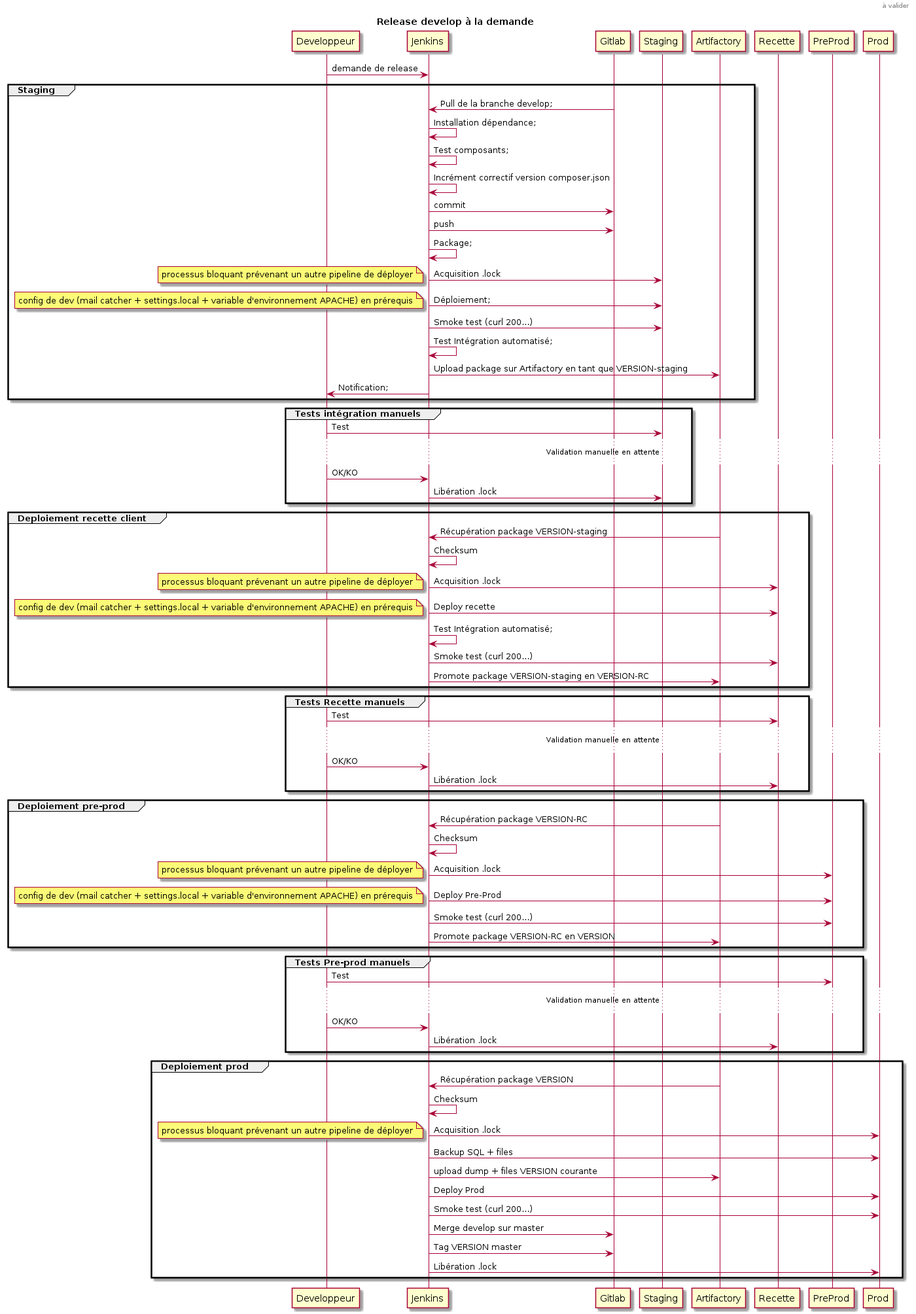
Before: img/release.png, a diagram exported from PlantUML (sylvainmetayer/epsi-memoire). Source of this version:
```plantuml
@startuml
Header à valider
title Release develop à la demande
Developpeur -> Jenkins: demande de release
group Staging
Gitlab -> Jenkins: Pull de la branche develop;
Jenkins -> Jenkins: Installation dépendance;
Jenkins -> Jenkins: Test composants;
Jenkins -> Jenkins: Incrément correctif version composer.json
Jenkins -> Gitlab: commit
Jenkins -> Gitlab: push
Jenkins -> Jenkins: Package;
Jenkins -> Staging: Acquisition .lock
note left: processus bloquant prévenant un autre pipeline de déployer
Jenkins -> Staging: Déploiement;
note left: config de dev (mail catcher + settings.local + variable d'environnement APACHE) en prérequis
Jenkins -> Staging: Smoke test (curl 200...)
Jenkins -> Jenkins: Test Intégration automatisé;
Jenkins -> Artifactory: Upload package sur Artifactory en tant que VERSION-staging
Jenkins -> Developpeur: Notification;
end
group Tests intégration manuels
Developpeur -> Staging: Test
...Validation manuelle en attente...
Developpeur -> Jenkins: OK/KO
Jenkins -> Staging: Libération .lock
end
group Deploiement recette client
Artifactory -> Jenkins: Récupération package VERSION-staging
Jenkins -> Jenkins: Checksum
Jenkins -> Recette: Acquisition .lock
note left: processus bloquant prévenant un autre pipeline de déployer
Jenkins -> Recette: Deploy recette
note left: config de dev (mail catcher + settings.local + variable d'environnement APACHE) en prérequis
Jenkins -> Jenkins: Test Intégration automatisé;
Jenkins -> Recette: Smoke test (curl 200...)
Jenkins -> Artifactory: Promote package VERSION-staging en VERSION-RC
end
group Tests Recette manuels
Developpeur -> Recette: Test
...Validation manuelle en attente...
Developpeur -> Jenkins: OK/KO
Jenkins -> Recette: Libération .lock
end
group Deploiement pre-prod
Artifactory -> Jenkins: Récupération package VERSION-RC
Jenkins -> Jenkins: Checksum
Jenkins -> PreProd: Acquisition .lock
note left: processus bloquant prévenant un autre pipeline de déployer
Jenkins -> PreProd: Deploy Pre-Prod
note left: config de dev (mail catcher + settings.local + variable d'environnement APACHE) en prérequis
Jenkins -> PreProd: Smoke test (curl 200...)
Jenkins -> Artifactory: Promote package VERSION-RC en VERSION
end
group Tests Pre-prod manuels
Developpeur -> PreProd: Test
...Validation manuelle en attente...
Developpeur -> Jenkins: OK/KO
Jenkins -> Recette: Libération .lock
end
group Deploiement prod
Artifactory -> Jenkins: Récupération package VERSION
Jenkins -> Jenkins: Checksum
Jenkins -> Prod: Acquisition .lock
note left: processus bloquant prévenant un autre pipeline de déployer
Jenkins -> Prod: Backup SQL + files
Jenkins -> Artifactory: upload dump + files VERSION courante
Jenkins -> Prod: Deploy Prod
Jenkins -> Prod: Smoke test (curl 200...)
Jenkins -> Gitlab: Merge develop sur master
Jenkins -> Gitlab: Tag VERSION master
Jenkins -> Prod: Libération .lock
end
@enduml
```
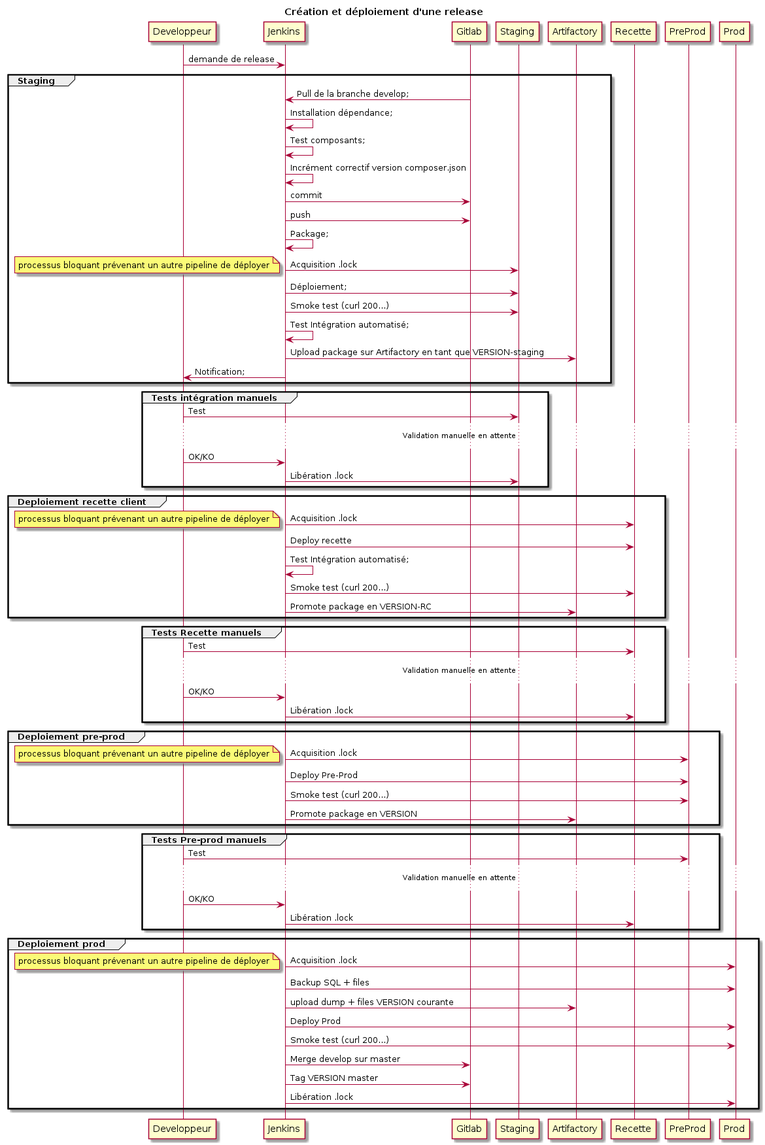
After the commit.

Change to the diagram source:
```diff
@@ -1,6 +1,5 @@
 @startuml
-Header à valider
-title Release develop à la demande
+title Création et déploiement d'une release
 Developpeur -> Jenkins: demande de release
 group Staging
 Gitlab -> Jenkins: Pull de la branche develop;
@@ -13,7 +12,6 @@
 Jenkins -> Staging: Acquisition .lock
 note left: processus bloquant prévenant un autre pipeline de déployer
 Jenkins -> Staging: Déploiement;
-note left: config de dev (mail catcher + settings.local + variable d'environnement APACHE) en prérequis
 Jenkins -> Staging: Smoke test (curl 200...)
 Jenkins -> Jenkins: Test Intégration automatisé;
 Jenkins -> Artifactory: Upload package sur Artifactory en tant que VERSION-staging
@@ -26,15 +24,12 @@
 Jenkins -> Staging: Libération .lock
 end
 group Deploiement recette client
-Artifactory -> Jenkins: Récupération package VERSION-staging
-Jenkins -> Jenkins: Checksum
 Jenkins -> Recette: Acquisition .lock
 note left: processus bloquant prévenant un autre pipeline de déployer
 Jenkins -> Recette: Deploy recette
-note left: config de dev (mail catcher + settings.local + variable d'environnement APACHE) en prérequis
 Jenkins -> Jenkins: Test Intégration automatisé;
 Jenkins -> Recette: Smoke test (curl 200...)
-Jenkins -> Artifactory: Promote package VERSION-staging en VERSION-RC
+Jenkins -> Artifactory: Promote package en VERSION-RC
 end
 group Tests Recette manuels
 Developpeur -> Recette: Test
@@ -43,14 +38,11 @@
 Jenkins -> Recette: Libération .lock
 end
 group Deploiement pre-prod
-Artifactory -> Jenkins: Récupération package VERSION-RC
-Jenkins -> Jenkins: Checksum
 Jenkins -> PreProd: Acquisition .lock
 note left: processus bloquant prévenant un autre pipeline de déployer
 Jenkins -> PreProd: Deploy Pre-Prod
-note left: config de dev (mail catcher + settings.local + variable d'environnement APACHE) en prérequis
 Jenkins -> PreProd: Smoke test (curl 200...)
-Jenkins -> Artifactory: Promote package VERSION-RC en VERSION
+Jenkins -> Artifactory: Promote package en VERSION
 end
 group Tests Pre-prod manuels
 Developpeur -> PreProd: Test
@@ -59,8 +51,6 @@
 Jenkins -> Recette: Libération .lock
 end
 group Deploiement prod
-Artifactory -> Jenkins: Récupération package VERSION
-Jenkins -> Jenkins: Checksum
 Jenkins -> Prod: Acquisition .lock
 note left: processus bloquant prévenant un autre pipeline de déployer
 Jenkins -> Prod: Backup SQL + files
```
